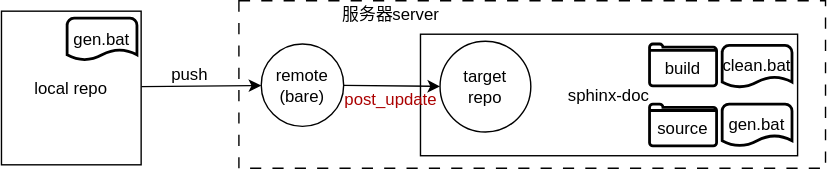
Before: _images/benzhandajianliucheng.drawio.svg, a diagram exported from draw.io (zhangwb1996/zhangwb1996.github.io). Source tidied: cells renumbered, new cells last; positions are measured from the earlier drawing's top-left corner, leaving out a move shared by most shapes. The source it was exported from:
```xml
<mxGraphModel>
  <root>
    <mxCell id="0" />
    <mxCell id="1" parent="0" />
    <mxCell id="2" value="local repo" style="rounded=0;whiteSpace=wrap;html=1;" parent="1" vertex="1">
      <mxGeometry y="7.5" width="100" height="110" as="geometry" />
    </mxCell>
    <mxCell id="3" style="rounded=0;whiteSpace=wrap;html=1;dashed=1;dashPattern=8 8;" parent="1" vertex="1">
      <mxGeometry x="170" width="420" height="120" as="geometry" />
    </mxCell>
    <mxCell id="4" value="sphinx-doc" style="rounded=0;whiteSpace=wrap;html=1;" parent="1" vertex="1">
      <mxGeometry x="300" y="24" width="270" height="87" as="geometry" />
    </mxCell>
    <mxCell id="5" value="服务器server" style="text;html=1;strokeColor=none;fillColor=none;align=center;verticalAlign=middle;whiteSpace=wrap;rounded=0;" parent="1" vertex="1">
      <mxGeometry x="239" width="80" height="19" as="geometry" />
    </mxCell>
    <mxCell id="6" style="endArrow=classic;html=1;exitX=1.003;exitY=0.491;exitDx=0;exitDy=0;endFill=1;exitPerimeter=0;" parent="1" edge="1" source="2">
      <mxGeometry relative="1" as="geometry">
        <mxPoint x="186" y="60.7" as="targetPoint" />
      </mxGeometry>
    </mxCell>
    <mxCell id="7" value="push" style="text;html=1;strokeColor=none;fillColor=none;align=center;verticalAlign=middle;whiteSpace=wrap;rounded=0;" parent="1" vertex="1">
      <mxGeometry x="120" y="48" width="30" height="10" as="geometry" />
    </mxCell>
    <mxCell id="8" style="edgeStyle=none;html=1;endArrow=classic;endFill=1;" parent="1" edge="1" source="9" target="10">
      <mxGeometry relative="1" as="geometry" />
    </mxCell>
    <mxCell id="9" value="remote&lt;br&gt;(bare)" style="ellipse;whiteSpace=wrap;html=1;" parent="1" vertex="1">
      <mxGeometry x="186" y="31" width="59" height="59" as="geometry" />
    </mxCell>
    <mxCell id="10" value="target&lt;br&gt;repo" style="ellipse;whiteSpace=wrap;html=1;" parent="1" vertex="1">
      <mxGeometry x="314" y="29" width="65" height="65" as="geometry" />
    </mxCell>
    <mxCell id="11" value="post_update&lt;br&gt;" style="text;html=1;strokeColor=none;fillColor=none;align=center;verticalAlign=middle;whiteSpace=wrap;rounded=0;fontColor=#AB0000;" parent="1" vertex="1">
      <mxGeometry x="249" y="66" width="60" height="10" as="geometry" />
    </mxCell>
    <mxCell id="12" style="html=1;verticalLabelPosition=bottom;align=center;labelBackgroundColor=#ffffff;verticalAlign=top;strokeWidth=2;shadow=0;dashed=0;shape=mxgraph.ios7.icons.folder;rounded=1;" parent="1" vertex="1">
      <mxGeometry x="464" y="74" width="48" height="30" as="geometry" />
    </mxCell>
    <mxCell id="13" value="source" style="text;html=1;strokeColor=none;fillColor=none;align=center;verticalAlign=middle;whiteSpace=wrap;rounded=0;" parent="1" vertex="1">
      <mxGeometry x="470" y="84.5" width="36" height="15" as="geometry" />
    </mxCell>
    <mxCell id="14" value="gen.bat&lt;br&gt;" style="strokeWidth=2;html=1;shape=mxgraph.flowchart.document2;whiteSpace=wrap;size=0.25;rounded=1;" parent="1" vertex="1">
      <mxGeometry x="47" y="12.5" width="50" height="30" as="geometry" />
    </mxCell>
    <mxCell id="15" value="gen.bat&lt;br&gt;" style="strokeWidth=2;html=1;shape=mxgraph.flowchart.document2;whiteSpace=wrap;size=0.25;rounded=1;" parent="1" vertex="1">
      <mxGeometry x="516" y="74" width="50" height="30" as="geometry" />
    </mxCell>
    <mxCell id="16" style="html=1;verticalLabelPosition=bottom;align=center;labelBackgroundColor=#ffffff;verticalAlign=top;strokeWidth=2;shadow=0;dashed=0;shape=mxgraph.ios7.icons.folder;rounded=1;" parent="1" vertex="1">
      <mxGeometry x="464" y="31" width="48" height="30" as="geometry" />
    </mxCell>
    <mxCell id="17" value="build" style="text;html=1;strokeColor=none;fillColor=none;align=center;verticalAlign=middle;whiteSpace=wrap;rounded=0;" parent="1" vertex="1">
      <mxGeometry x="470" y="41.5" width="36" height="15" as="geometry" />
    </mxCell>
    <mxCell id="18" value="clean.bat" style="strokeWidth=2;html=1;shape=mxgraph.flowchart.document2;whiteSpace=wrap;size=0.25;rounded=1;" parent="1" vertex="1">
      <mxGeometry x="516" y="32" width="50" height="30" as="geometry" />
    </mxCell>
  </root>
</mxGraphModel>
```
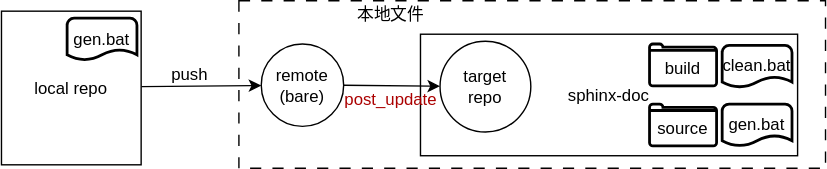
Above is the later version.

Change to the diagram source:
```diff
@@ -11,7 +11,7 @@
     <mxCell id="4" value="sphinx-doc" style="rounded=0;whiteSpace=wrap;html=1;" parent="1" vertex="1">
       <mxGeometry x="300" y="24" width="270" height="87" as="geometry" />
     </mxCell>
-    <mxCell id="5" value="服务器server" style="text;html=1;strokeColor=none;fillColor=none;align=center;verticalAlign=middle;whiteSpace=wrap;rounded=0;" parent="1" vertex="1">
+    <mxCell id="5" value="本地文件" style="text;html=1;strokeColor=none;fillColor=none;align=center;verticalAlign=middle;whiteSpace=wrap;rounded=0;" parent="1" vertex="1">
       <mxGeometry x="239" width="80" height="19" as="geometry" />
     </mxCell>
     <mxCell id="6" style="endArrow=classic;html=1;exitX=1.003;exitY=0.491;exitDx=0;exitDy=0;endFill=1;exitPerimeter=0;" parent="1" edge="1" source="2">
```
